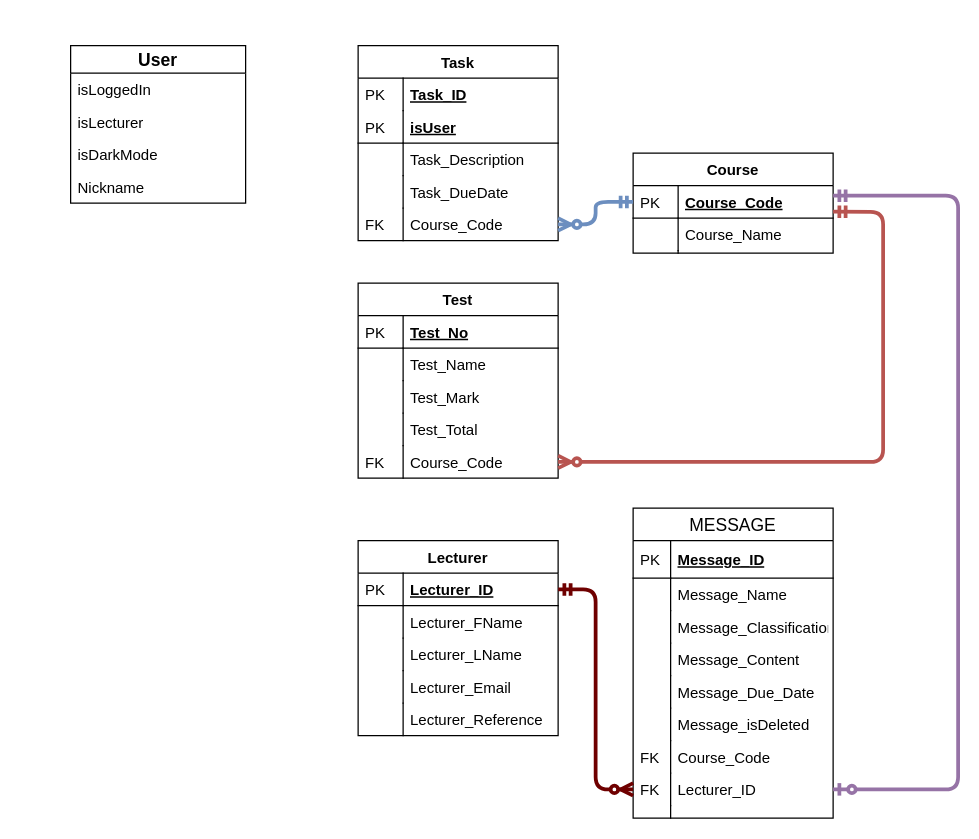
This is Other/ERDS/LocalIntialERD.drawio from Arneev/LecTrac, a draw.io file, before an edit. Source tidied: cells renumbered, new cells numbered last; positions are measured from the earlier drawing's top-left corner, leaving out a move shared by most shapes. Both pictures are drawn from the tidied source at 125%, with x=0, y=0 at pixel (70, 45).
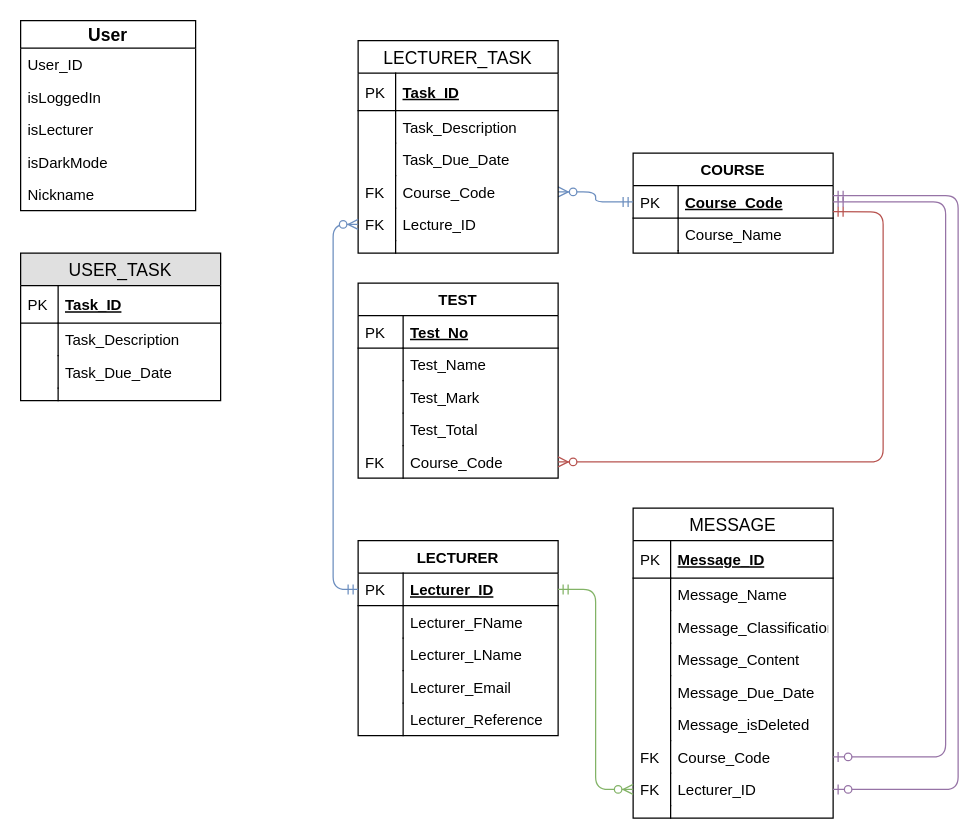
The same diagram, later.

The change refers to these unchanged cells:
```xml
<mxCell id="3" value="Lecturer_ID" style="shape=partialRectangle;top=0;left=0;right=0;bottom=1;align=left;verticalAlign=top;fillColor=none;spacingLeft=40;spacingRight=4;overflow=hidden;points=[[0,0.5],[1,0.5]];portConstraint=eastwest;rounded=0;shadow=0;strokeWidth=1;fontStyle=5;" parent="2" vertex="1">
  <mxGeometry y="26" width="160" height="26" as="geometry" />
</mxCell>
<mxCell id="33" value="Course_Code" style="shape=partialRectangle;top=0;left=0;right=0;bottom=0;align=left;verticalAlign=top;fillColor=none;spacingLeft=40;spacingRight=4;overflow=hidden;points=[[0,0.5],[1,0.5]];portConstraint=eastwest;rounded=0;shadow=0;strokeWidth=1;" parent="24" vertex="1">
  <mxGeometry y="130" width="160" height="26" as="geometry" />
</mxCell>
<mxCell id="36" value="Course_Code" style="shape=partialRectangle;top=0;left=0;right=0;bottom=1;align=left;verticalAlign=top;fillColor=none;spacingLeft=40;spacingRight=4;overflow=hidden;points=[[0,0.5],[1,0.5]];portConstraint=eastwest;rounded=0;shadow=0;strokeWidth=1;fontStyle=5;" parent="35" vertex="1">
  <mxGeometry y="26" width="160" height="26" as="geometry" />
</mxCell>
<mxCell id="57" value="Course_Code" style="shape=partialRectangle;top=0;left=0;right=0;bottom=0;align=left;verticalAlign=top;fillColor=none;spacingLeft=34;spacingRight=4;overflow=hidden;points=[[0,0.5],[1,0.5]];portConstraint=eastwest;fontSize=12;" parent="44" vertex="1">
  <mxGeometry y="186" width="160" height="26" as="geometry" />
</mxCell>
<mxCell id="59" value="Lecturer_ID" style="shape=partialRectangle;top=0;left=0;right=0;bottom=0;align=left;verticalAlign=top;fillColor=none;spacingLeft=34;spacingRight=4;overflow=hidden;points=[[0,0.5],[1,0.5]];portConstraint=eastwest;fontSize=12;" parent="44" vertex="1">
  <mxGeometry y="212" width="160" height="26" as="geometry" />
</mxCell>
```

Change to the diagram source:
```diff
@@
-    <mxCell id="2" value="Lecturer" style="swimlane;fontStyle=1;horizontal=1;startSize=26;rounded=0;shadow=0;strokeWidth=1;" parent="1" vertex="1">
+    <mxCell id="2" value="LECTURER" style="swimlane;fontStyle=1;horizontal=1;startSize=26;rounded=0;shadow=0;strokeWidth=1;" parent="1" vertex="1">
       <mxGeometry x="230" y="396" width="160" height="156" as="geometry" />
     </mxCell>
@@
-    <mxCell id="13" value="Task" style="swimlane;fontStyle=1;horizontal=1;startSize=26;rounded=0;shadow=0;strokeWidth=1;" parent="1" vertex="1">
-      <mxGeometry x="230" width="160" height="156" as="geometry" />
-    </mxCell>
-    <mxCell id="14" value="Task_ID" style="shape=partialRectangle;top=0;left=0;right=0;bottom=1;align=left;verticalAlign=top;fillColor=none;spacingLeft=40;spacingRight=4;overflow=hidden;rounded=0;shadow=0;strokeWidth=1;fontStyle=5;strokeColor=none;" parent="13" vertex="1">
-      <mxGeometry y="26" width="160" height="26" as="geometry" />
-    </mxCell>
-    <mxCell id="15" value="PK" style="shape=partialRectangle;top=0;left=0;bottom=0;fillColor=none;align=left;verticalAlign=top;spacingLeft=4;spacingRight=4;overflow=hidden;" parent="14" vertex="1">
-      <mxGeometry width="36" height="26" as="geometry" />
-    </mxCell>
-    <mxCell id="16" value="isUser" style="shape=partialRectangle;top=0;left=0;right=0;bottom=1;align=left;verticalAlign=top;fillColor=none;spacingLeft=40;spacingRight=4;overflow=hidden;rounded=0;shadow=0;strokeWidth=1;fontStyle=5;" parent="13" vertex="1">
-      <mxGeometry y="52" width="160" height="26" as="geometry" />
-    </mxCell>
-    <mxCell id="17" value="PK" style="shape=partialRectangle;top=0;left=0;bottom=0;fillColor=none;align=left;verticalAlign=top;spacingLeft=4;spacingRight=4;overflow=hidden;" parent="16" vertex="1">
-      <mxGeometry width="36" height="26" as="geometry" />
-    </mxCell>
-    <mxCell id="18" value="Task_Description" style="shape=partialRectangle;top=0;left=0;right=0;bottom=0;align=left;verticalAlign=top;fillColor=none;spacingLeft=40;spacingRight=4;overflow=hidden;rounded=0;shadow=0;strokeWidth=1;" parent="13" vertex="1">
-      <mxGeometry y="78" width="160" height="26" as="geometry" />
-    </mxCell>
-    <mxCell id="19" style="shape=partialRectangle;top=0;left=0;bottom=0;fillColor=none;align=left;verticalAlign=top;spacingLeft=4;spacingRight=4;overflow=hidden;" parent="18" vertex="1">
-      <mxGeometry width="36" height="26" as="geometry" />
-    </mxCell>
-    <mxCell id="20" value="Task_DueDate" style="shape=partialRectangle;top=0;left=0;right=0;bottom=0;align=left;verticalAlign=top;fillColor=none;spacingLeft=40;spacingRight=4;overflow=hidden;rounded=0;shadow=0;strokeWidth=1;" parent="13" vertex="1">
-      <mxGeometry y="104" width="160" height="26" as="geometry" />
-    </mxCell>
-    <mxCell id="21" style="shape=partialRectangle;top=0;left=0;bottom=0;fillColor=none;align=left;verticalAlign=top;spacingLeft=4;spacingRight=4;overflow=hidden;" parent="20" vertex="1">
-      <mxGeometry width="36" height="26" as="geometry" />
-    </mxCell>
-    <mxCell id="22" value="Course_Code" style="shape=partialRectangle;top=0;left=0;right=0;bottom=0;align=left;verticalAlign=top;fillColor=none;spacingLeft=40;spacingRight=4;overflow=hidden;points=[[0,0.5],[1,0.5]];portConstraint=eastwest;rounded=0;shadow=0;strokeWidth=1;" parent="13" vertex="1">
-      <mxGeometry y="130" width="160" height="26" as="geometry" />
-    </mxCell>
-    <mxCell id="23" value="FK" style="shape=partialRectangle;top=0;left=0;bottom=0;fillColor=none;align=left;verticalAlign=top;spacingLeft=4;spacingRight=4;overflow=hidden;" parent="22" vertex="1">
-      <mxGeometry width="36" height="26" as="geometry" />
-    </mxCell>
-    <mxCell id="24" value="Test" style="swimlane;fontStyle=1;horizontal=1;startSize=26;rounded=0;shadow=0;strokeWidth=1;" parent="1" vertex="1">
+    <mxCell id="24" value="TEST" style="swimlane;fontStyle=1;horizontal=1;startSize=26;rounded=0;shadow=0;strokeWidth=1;" parent="1" vertex="1">
       <mxGeometry x="230" y="190" width="160" height="156" as="geometry" />
     </mxCell>
@@
-    <mxCell id="35" value="Course" style="swimlane;fontStyle=1;horizontal=1;startSize=26;rounded=0;shadow=0;strokeWidth=1;" parent="1" vertex="1">
+    <mxCell id="35" value="COURSE" style="swimlane;fontStyle=1;horizontal=1;startSize=26;rounded=0;shadow=0;strokeWidth=1;" parent="1" vertex="1">
       <mxGeometry x="450" y="86" width="160" height="80" as="geometry" />
     </mxCell>
@@
-    <mxCell id="42" style="fontSize=12;html=1;endArrow=ERmandOne;startArrow=ERzeroToMany;startFill=1;entryX=1;entryY=0.8;entryDx=0;entryDy=0;entryPerimeter=0;exitX=1;exitY=0.5;exitDx=0;exitDy=0;strokeWidth=3;fillColor=#f8cecc;strokeColor=#b85450;" parent="1" edge="1" source="33" target="36">
+    <mxCell id="42" style="fontSize=12;html=1;endArrow=ERmandOne;startArrow=ERzeroToMany;startFill=1;entryX=1;entryY=0.8;entryDx=0;entryDy=0;entryPerimeter=0;exitX=1;exitY=0.5;exitDx=0;exitDy=0;strokeWidth=1;fillColor=#f8cecc;strokeColor=#b85450;" parent="1" edge="1" source="33" target="36">
       <mxGeometry relative="1" as="geometry">
         <Array as="points">
           <mxPoint x="650" y="333" />
           <mxPoint x="650" y="133" />
         </Array>
       </mxGeometry>
     </mxCell>
-    <mxCell id="43" style="edgeStyle=elbowEdgeStyle;fontSize=12;html=1;endArrow=ERmandOne;startArrow=ERzeroToMany;startFill=1;exitX=1;exitY=0.5;exitDx=0;exitDy=0;entryX=0;entryY=0.5;entryDx=0;entryDy=0;strokeWidth=3;fillColor=#dae8fc;strokeColor=#6c8ebf;" parent="1" edge="1" source="22" target="36">
+    <mxCell id="43" style="edgeStyle=elbowEdgeStyle;fontSize=12;html=1;endArrow=ERmandOne;startArrow=ERzeroToMany;startFill=1;entryX=0;entryY=0.5;entryDx=0;entryDy=0;strokeWidth=1;fillColor=#dae8fc;strokeColor=#6c8ebf;exitX=1;exitY=0.5;exitDx=0;exitDy=0;" parent="1" edge="1" source="22" target="36">
       <mxGeometry relative="1" as="geometry">
         <Array as="points">
           <mxPoint x="420" y="130" />
         </Array>
       </mxGeometry>
     </mxCell>
@@
-    <mxCell id="63" style="edgeStyle=entityRelationEdgeStyle;fontSize=12;html=1;endArrow=ERzeroToMany;startArrow=ERmandOne;strokeWidth=3;fillColor=#a20025;strokeColor=#6F0000;" parent="1" edge="1" source="3" target="59">
+    <mxCell id="63" style="edgeStyle=entityRelationEdgeStyle;fontSize=12;html=1;endArrow=ERzeroToMany;startArrow=ERmandOne;strokeWidth=1;fillColor=#d5e8d4;strokeColor=#82b366;" parent="1" edge="1" source="3" target="59">
       <mxGeometry relative="1" as="geometry" />
     </mxCell>
-    <mxCell id="64" style="fontSize=12;html=1;endArrow=ERzeroToOne;startArrow=ERmandOne;strokeWidth=3;fillColor=#e1d5e7;strokeColor=#9673a6;" parent="1" edge="1" target="59">
+    <mxCell id="64" style="fontSize=12;html=1;endArrow=ERzeroToOne;startArrow=ERmandOne;strokeWidth=1;fillColor=#e1d5e7;strokeColor=#9673a6;" parent="1" edge="1" target="59">
       <mxGeometry relative="1" as="geometry">
         <mxPoint x="610" y="120" as="sourcePoint" />
         <Array as="points">
           <mxPoint x="660" y="120" />
           <mxPoint x="710" y="120" />
           <mxPoint x="710" y="595" />
         </Array>
       </mxGeometry>
     </mxCell>
     <mxCell id="65" value="User" style="swimlane;fontStyle=1;horizontal=1;startSize=22;fillColor=none;swimlaneFillColor=#ffffff;align=center;fontSize=14;" parent="1" vertex="1">
-      <mxGeometry width="140" height="126" as="geometry" />
+      <mxGeometry x="-40" y="-20" width="140" height="152" as="geometry" />
     </mxCell>
+    <mxCell id="70" value="User_ID" style="text;strokeColor=none;fillColor=none;spacingLeft=4;spacingRight=4;overflow=hidden;fontSize=12;" parent="65" vertex="1">
+      <mxGeometry y="22" width="140" height="26" as="geometry" />
+    </mxCell>
     <mxCell id="66" value="isLoggedIn" style="text;strokeColor=none;fillColor=none;spacingLeft=4;spacingRight=4;overflow=hidden;fontSize=12;" parent="65" vertex="1">
-      <mxGeometry y="22" width="140" height="26" as="geometry" />
+      <mxGeometry y="48" width="140" height="26" as="geometry" />
     </mxCell>
     <mxCell id="67" value="isLecturer" style="text;strokeColor=none;fillColor=none;spacingLeft=4;spacingRight=4;overflow=hidden;fontSize=12;" parent="65" vertex="1">
-      <mxGeometry y="48" width="140" height="26" as="geometry" />
+      <mxGeometry y="74" width="140" height="26" as="geometry" />
     </mxCell>
     <mxCell id="68" value="isDarkMode" style="text;strokeColor=none;fillColor=none;spacingLeft=4;spacingRight=4;overflow=hidden;fontSize=12;" parent="65" vertex="1">
-      <mxGeometry y="74" width="140" height="26" as="geometry" />
+      <mxGeometry y="100" width="140" height="26" as="geometry" />
     </mxCell>
     <mxCell id="69" value="Nickname&#10;" style="text;strokeColor=none;fillColor=none;spacingLeft=4;spacingRight=4;overflow=hidden;fontSize=12;" parent="65" vertex="1">
-      <mxGeometry y="100" width="140" height="26" as="geometry" />
+      <mxGeometry y="126" width="140" height="26" as="geometry" />
     </mxCell>
+    <mxCell id="71" style="fontSize=12;html=1;endArrow=ERzeroToOne;startArrow=ERmandOne;strokeWidth=1;fillColor=#e1d5e7;strokeColor=#9673a6;exitX=1;exitY=0.5;exitDx=0;exitDy=0;" parent="1" edge="1" source="36" target="57">
+      <mxGeometry relative="1" as="geometry">
+        <Array as="points">
+          <mxPoint x="700" y="125" />
+          <mxPoint x="700" y="569" />
+        </Array>
+      </mxGeometry>
+    </mxCell>
+    <mxCell id="72" value="LECTURER_TASK" style="swimlane;fontStyle=0;horizontal=1;startSize=26;align=center;fontSize=14;" parent="1" vertex="1">
+      <mxGeometry x="230" y="-4" width="160" height="170" as="geometry" />
+    </mxCell>
+    <mxCell id="73" value="Task_ID" style="shape=partialRectangle;top=0;left=0;right=0;bottom=1;align=left;verticalAlign=middle;fillColor=none;spacingLeft=34;spacingRight=4;overflow=hidden;fontStyle=5;fontSize=12;" parent="72" vertex="1">
+      <mxGeometry y="26" width="160" height="30" as="geometry" />
+    </mxCell>
+    <mxCell id="74" value="PK" style="shape=partialRectangle;top=0;left=0;bottom=0;fillColor=none;align=left;verticalAlign=middle;spacingLeft=4;spacingRight=4;overflow=hidden;fontSize=12;" parent="73" vertex="1">
+      <mxGeometry width="30" height="30" as="geometry" />
+    </mxCell>
+    <mxCell id="75" value="Task_Description" style="shape=partialRectangle;top=0;left=0;right=0;bottom=0;align=left;verticalAlign=top;fillColor=none;spacingLeft=34;spacingRight=4;overflow=hidden;fontSize=12;" parent="72" vertex="1">
+      <mxGeometry y="56" width="160" height="26" as="geometry" />
+    </mxCell>
+    <mxCell id="76" style="shape=partialRectangle;top=0;left=0;bottom=0;fillColor=none;align=left;verticalAlign=top;spacingLeft=4;spacingRight=4;overflow=hidden;fontSize=12;" parent="75" vertex="1">
+      <mxGeometry width="30" height="26" as="geometry" />
+    </mxCell>
+    <mxCell id="77" value="Task_Due_Date" style="shape=partialRectangle;top=0;left=0;right=0;bottom=0;align=left;verticalAlign=top;fillColor=none;spacingLeft=34;spacingRight=4;overflow=hidden;fontSize=12;" parent="72" vertex="1">
+      <mxGeometry y="82" width="160" height="26" as="geometry" />
+    </mxCell>
+    <mxCell id="78" style="shape=partialRectangle;top=0;left=0;bottom=0;fillColor=none;align=left;verticalAlign=top;spacingLeft=4;spacingRight=4;overflow=hidden;fontSize=12;" parent="77" vertex="1">
+      <mxGeometry width="30" height="26" as="geometry" />
+    </mxCell>
+    <mxCell id="22" value="Course_Code" style="shape=partialRectangle;top=0;left=0;right=0;bottom=0;align=left;verticalAlign=top;fillColor=none;spacingLeft=34;spacingRight=4;overflow=hidden;points=[[0,0.5],[1,0.5]];portConstraint=eastwest;fontSize=12;" parent="72" vertex="1">
+      <mxGeometry y="108" width="160" height="26" as="geometry" />
+    </mxCell>
+    <mxCell id="79" value="FK" style="shape=partialRectangle;top=0;left=0;bottom=0;fillColor=none;align=left;verticalAlign=top;spacingLeft=4;spacingRight=4;overflow=hidden;fontSize=12;" parent="22" vertex="1">
+      <mxGeometry width="30" height="26" as="geometry" />
+    </mxCell>
+    <mxCell id="80" value="Lecture_ID" style="shape=partialRectangle;top=0;left=0;right=0;bottom=0;align=left;verticalAlign=top;fillColor=none;spacingLeft=34;spacingRight=4;overflow=hidden;points=[[0,0.5],[1,0.5]];portConstraint=eastwest;fontSize=12;" parent="72" vertex="1">
+      <mxGeometry y="134" width="160" height="26" as="geometry" />
+    </mxCell>
+    <mxCell id="81" value="FK" style="shape=partialRectangle;top=0;left=0;bottom=0;fillColor=none;align=left;verticalAlign=top;spacingLeft=4;spacingRight=4;overflow=hidden;fontSize=12;" parent="80" vertex="1">
+      <mxGeometry width="30" height="26" as="geometry" />
+    </mxCell>
+    <mxCell id="82" style="shape=partialRectangle;top=0;left=0;right=0;bottom=0;align=left;verticalAlign=top;fillColor=none;spacingLeft=34;spacingRight=4;overflow=hidden;fontSize=12;" parent="72" vertex="1">
+      <mxGeometry y="160" width="160" height="10" as="geometry" />
+    </mxCell>
+    <mxCell id="83" style="shape=partialRectangle;top=0;left=0;bottom=0;fillColor=none;align=left;verticalAlign=top;spacingLeft=4;spacingRight=4;overflow=hidden;fontSize=12;" parent="82" vertex="1">
+      <mxGeometry width="30" height="10" as="geometry" />
+    </mxCell>
+    <mxCell id="84" style="edgeStyle=elbowEdgeStyle;fontSize=12;html=1;endArrow=ERmandOne;startArrow=ERzeroToMany;startFill=1;entryX=0;entryY=0.5;entryDx=0;entryDy=0;strokeWidth=1;fillColor=#dae8fc;strokeColor=#6c8ebf;exitX=0;exitY=0.5;exitDx=0;exitDy=0;" parent="1" edge="1" source="80" target="3">
+      <mxGeometry relative="1" as="geometry">
+        <Array as="points">
+          <mxPoint x="210" y="290" />
+        </Array>
+      </mxGeometry>
+    </mxCell>
+    <mxCell id="85" value="USER_TASK" style="swimlane;fontStyle=0;horizontal=1;startSize=26;fillColor=#e0e0e0;swimlaneFillColor=#ffffff;align=center;fontSize=14;strokeColor=#000000;" parent="1" vertex="1">
+      <mxGeometry x="-40" y="166" width="160" height="118" as="geometry" />
+    </mxCell>
+    <mxCell id="86" value="Task_ID" style="shape=partialRectangle;top=0;left=0;right=0;bottom=1;align=left;verticalAlign=middle;fillColor=none;spacingLeft=34;spacingRight=4;overflow=hidden;fontStyle=5;fontSize=12;" parent="85" vertex="1">
+      <mxGeometry y="26" width="160" height="30" as="geometry" />
+    </mxCell>
+    <mxCell id="87" value="PK" style="shape=partialRectangle;top=0;left=0;bottom=0;fillColor=none;align=left;verticalAlign=middle;spacingLeft=4;spacingRight=4;overflow=hidden;fontSize=12;" parent="86" vertex="1">
+      <mxGeometry width="30" height="30" as="geometry" />
+    </mxCell>
+    <mxCell id="88" value="Task_Description" style="shape=partialRectangle;top=0;left=0;right=0;bottom=0;align=left;verticalAlign=top;fillColor=none;spacingLeft=34;spacingRight=4;overflow=hidden;fontSize=12;" parent="85" vertex="1">
+      <mxGeometry y="56" width="160" height="26" as="geometry" />
+    </mxCell>
+    <mxCell id="89" style="shape=partialRectangle;top=0;left=0;bottom=0;fillColor=none;align=left;verticalAlign=top;spacingLeft=4;spacingRight=4;overflow=hidden;fontSize=12;" parent="88" vertex="1">
+      <mxGeometry width="30" height="26" as="geometry" />
+    </mxCell>
+    <mxCell id="90" value="Task_Due_Date" style="shape=partialRectangle;top=0;left=0;right=0;bottom=0;align=left;verticalAlign=top;fillColor=none;spacingLeft=34;spacingRight=4;overflow=hidden;fontSize=12;" parent="85" vertex="1">
+      <mxGeometry y="82" width="160" height="26" as="geometry" />
+    </mxCell>
+    <mxCell id="91" style="shape=partialRectangle;top=0;left=0;bottom=0;fillColor=none;align=left;verticalAlign=top;spacingLeft=4;spacingRight=4;overflow=hidden;fontSize=12;" parent="90" vertex="1">
+      <mxGeometry width="30" height="26" as="geometry" />
+    </mxCell>
+    <mxCell id="92" style="shape=partialRectangle;top=0;left=0;right=0;bottom=0;align=left;verticalAlign=top;fillColor=none;spacingLeft=34;spacingRight=4;overflow=hidden;fontSize=12;" parent="85" vertex="1">
+      <mxGeometry y="108" width="160" height="10" as="geometry" />
+    </mxCell>
+    <mxCell id="93" style="shape=partialRectangle;top=0;left=0;bottom=0;fillColor=none;align=left;verticalAlign=top;spacingLeft=4;spacingRight=4;overflow=hidden;fontSize=12;" parent="92" vertex="1">
+      <mxGeometry width="30" height="10" as="geometry" />
+    </mxCell>
```
